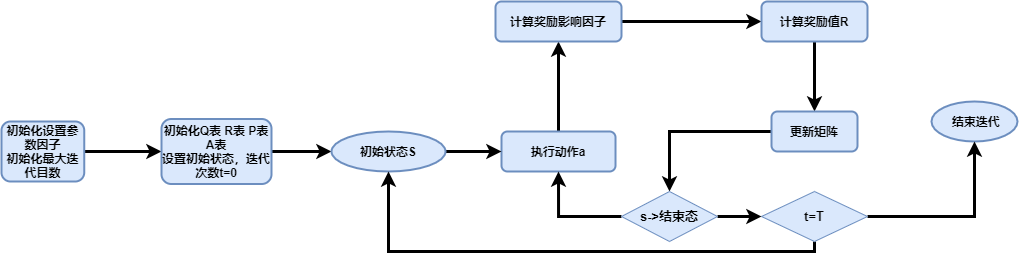
Before: 流程图.png, a diagram exported from draw.io (2263464120/2263464120). Source tidied: cells renumbered, new cells last; positions are measured from the earlier drawing's top-left corner, leaving out a move shared by most shapes.
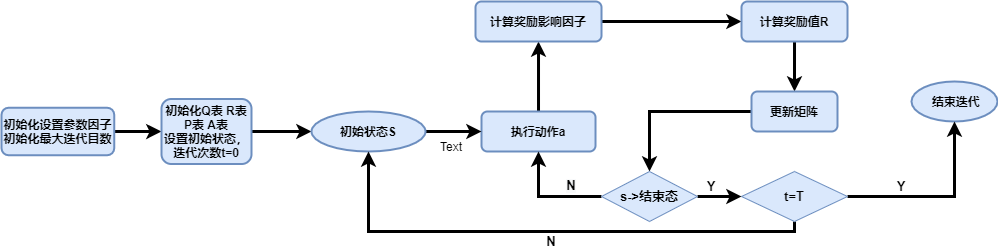
The same diagram one commit later.

Change to the diagram source:
```diff
@@ -6,13 +6,13 @@
       <mxGeometry relative="1" as="geometry" />
     </mxCell>
     <mxCell id="3" value="&lt;b&gt;初始化设置参数因子&lt;br&gt;&lt;/b&gt;&lt;b&gt;初始化最大迭代目数&lt;/b&gt;&lt;b&gt;&lt;br&gt;&lt;/b&gt;" style="rounded=1;whiteSpace=wrap;html=1;fillColor=#dae8fc;strokeColor=#6c8ebf;strokeWidth=2;" parent="1" vertex="1">
-      <mxGeometry y="120" width="82.8" height="60" as="geometry" />
+      <mxGeometry x="20" y="126.2" width="112.8" height="47.5" as="geometry" />
     </mxCell>
     <mxCell id="4" style="edgeStyle=orthogonalEdgeStyle;rounded=0;jettySize=auto;html=1;exitX=1;exitY=0.5;exitDx=0;exitDy=0;entryX=0;entryY=0.5;entryDx=0;entryDy=0;fontSize=13;strokeWidth=3;" parent="1" edge="1" source="5" target="15">
       <mxGeometry relative="1" as="geometry" />
     </mxCell>
     <mxCell id="5" value="&lt;b&gt;&lt;font style=&quot;font-size: 12px&quot;&gt;初始化Q表 R表 P表 A表&lt;br&gt;&lt;/font&gt;&lt;/b&gt;&lt;b&gt;&lt;font style=&quot;font-size: 12px&quot;&gt;设置初始状态，迭代次数t=0&lt;/font&gt;&lt;br&gt;&lt;/b&gt;" style="rounded=1;whiteSpace=wrap;html=1;fillColor=#dae8fc;strokeColor=#6c8ebf;strokeWidth=2;" parent="1" vertex="1">
-      <mxGeometry x="160" y="117.5" width="110" height="65" as="geometry" />
+      <mxGeometry x="180" y="117.5" width="90" height="65" as="geometry" />
     </mxCell>
     <mxCell id="6" style="edgeStyle=orthogonalEdgeStyle;rounded=0;jettySize=auto;html=1;fontSize=13;strokeWidth=3;" parent="1" edge="1" source="7" target="9">
       <mxGeometry relative="1" as="geometry" />
@@ -24,13 +24,13 @@
       <mxGeometry relative="1" as="geometry" />
     </mxCell>
     <mxCell id="9" value="&lt;b&gt;计算奖励影响因子&lt;/b&gt;" style="rounded=1;whiteSpace=wrap;html=1;fillColor=#dae8fc;strokeColor=#6c8ebf;strokeWidth=2;" parent="1" vertex="1">
-      <mxGeometry x="494" width="126" height="40" as="geometry" />
+      <mxGeometry x="494" y="20" width="126" height="40" as="geometry" />
     </mxCell>
     <mxCell id="10" style="edgeStyle=orthogonalEdgeStyle;rounded=0;jettySize=auto;html=1;exitX=0.5;exitY=1;exitDx=0;exitDy=0;entryX=0.5;entryY=0;entryDx=0;entryDy=0;fontSize=13;strokeWidth=3;" parent="1" edge="1" source="11" target="13">
       <mxGeometry relative="1" as="geometry" />
     </mxCell>
     <mxCell id="11" value="&lt;b&gt;计算奖励值R&lt;/b&gt;" style="rounded=1;whiteSpace=wrap;html=1;fillColor=#dae8fc;strokeColor=#6c8ebf;strokeWidth=2;" parent="1" vertex="1">
-      <mxGeometry x="760" width="106" height="40" as="geometry" />
+      <mxGeometry x="760" y="20" width="106" height="40" as="geometry" />
     </mxCell>
     <mxCell id="12" style="edgeStyle=orthogonalEdgeStyle;rounded=0;jettySize=auto;html=1;entryX=0.5;entryY=0;entryDx=0;entryDy=0;fontSize=13;strokeWidth=3;" parent="1" edge="1" source="13" target="22">
       <mxGeometry relative="1" as="geometry" />
@@ -70,5 +70,20 @@
     <mxCell id="22" value="&lt;b&gt;&lt;font style=&quot;font-size: 13px&quot;&gt;s-&amp;gt;结束态&lt;/font&gt;&lt;/b&gt;" style="rhombus;whiteSpace=wrap;html=1;fillColor=#dae8fc;strokeColor=#6c8ebf;" parent="1" vertex="1">
       <mxGeometry x="620" y="190" width="96" height="50" as="geometry" />
     </mxCell>
+    <mxCell id="23" value="Text" style="text;html=1;strokeColor=none;fillColor=none;align=center;verticalAlign=middle;whiteSpace=wrap;rounded=0;" parent="1" vertex="1">
+      <mxGeometry x="440" y="150" width="60" height="30" as="geometry" />
+    </mxCell>
+    <mxCell id="24" value="&lt;b&gt;&lt;font style=&quot;font-size: 13px&quot;&gt;Y&lt;/font&gt;&lt;/b&gt;" style="text;html=1;strokeColor=none;fillColor=none;align=center;verticalAlign=middle;whiteSpace=wrap;rounded=0;" parent="1" vertex="1">
+      <mxGeometry x="890" y="190" width="60" height="30" as="geometry" />
+    </mxCell>
+    <mxCell id="25" value="&lt;b&gt;&lt;font style=&quot;font-size: 13px&quot;&gt;Y&lt;/font&gt;&lt;/b&gt;" style="text;html=1;strokeColor=none;fillColor=none;align=center;verticalAlign=middle;whiteSpace=wrap;rounded=0;" parent="1" vertex="1">
+      <mxGeometry x="700" y="190" width="60" height="30" as="geometry" />
+    </mxCell>
+    <mxCell id="26" value="&lt;b&gt;&lt;font style=&quot;font-size: 13px&quot;&gt;N&lt;/font&gt;&lt;/b&gt;" style="text;html=1;strokeColor=none;fillColor=none;align=center;verticalAlign=middle;whiteSpace=wrap;rounded=0;" parent="1" vertex="1">
+      <mxGeometry x="540" y="250" width="60" height="20" as="geometry" />
+    </mxCell>
+    <mxCell id="27" value="&lt;b style=&quot;color: rgb(0 , 0 , 0) ; font-family: &amp;#34;helvetica&amp;#34; ; font-size: 12px ; font-style: normal ; letter-spacing: normal ; text-indent: 0px ; text-transform: none ; word-spacing: 0px ; background-color: rgb(248 , 249 , 250)&quot;&gt;&lt;font style=&quot;font-size: 13px&quot;&gt;N&lt;/font&gt;&lt;/b&gt;" style="text;whiteSpace=wrap;html=1;fontSize=13;align=center;" parent="1" vertex="1">
+      <mxGeometry x="570" y="190" width="40" height="30" as="geometry" />
+    </mxCell>
   </root>
 </mxGraphModel>
```
